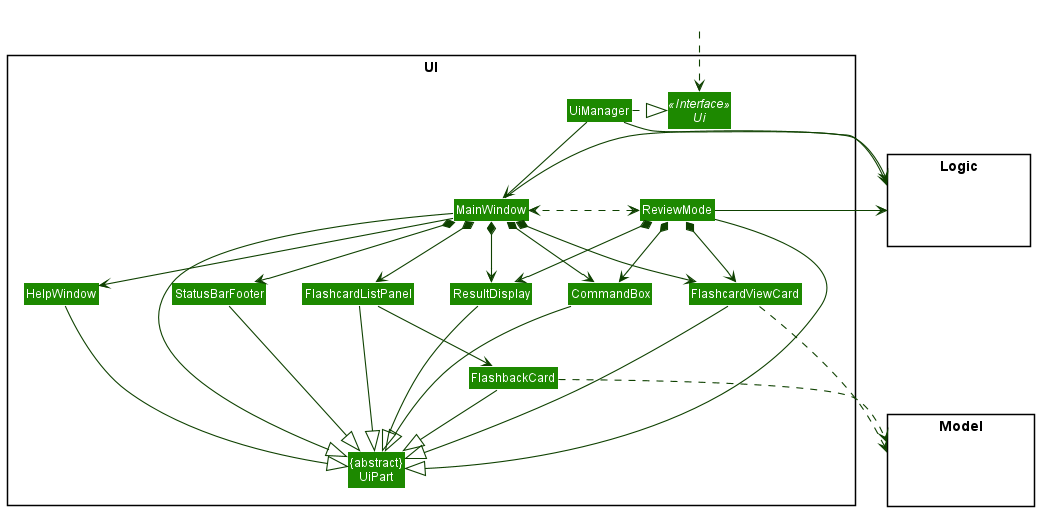
nus-cs2103-AY2021S2/tp keeps this PlantUML diagram as docs/images/UiClassDiagram.png. Above is the earlier version.
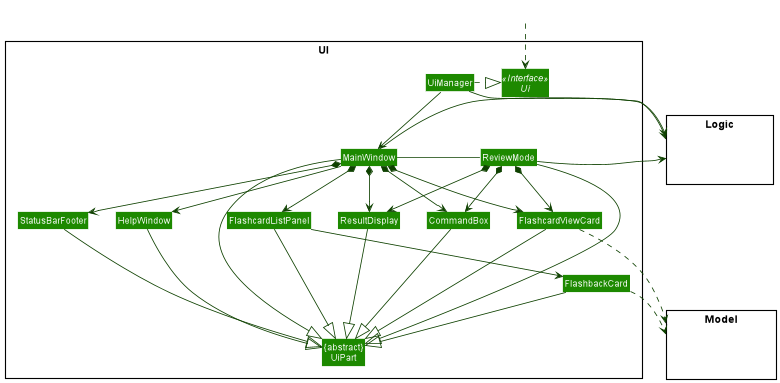
After the change.

Commit message:
Update UI class diagram

Diff of the diagram source:
```diff
@@ -38,7 +38,7 @@
 MainWindow *-down-> ResultDisplay
 MainWindow *-down-> FlashcardListPanel
 MainWindow *-down-> StatusBarFooter
-MainWindow <.left.> ReviewMode
+MainWindow -right- ReviewMode
 
 ReviewMode *-down-> CommandBox
 ReviewMode *-down-> ResultDisplay
```
